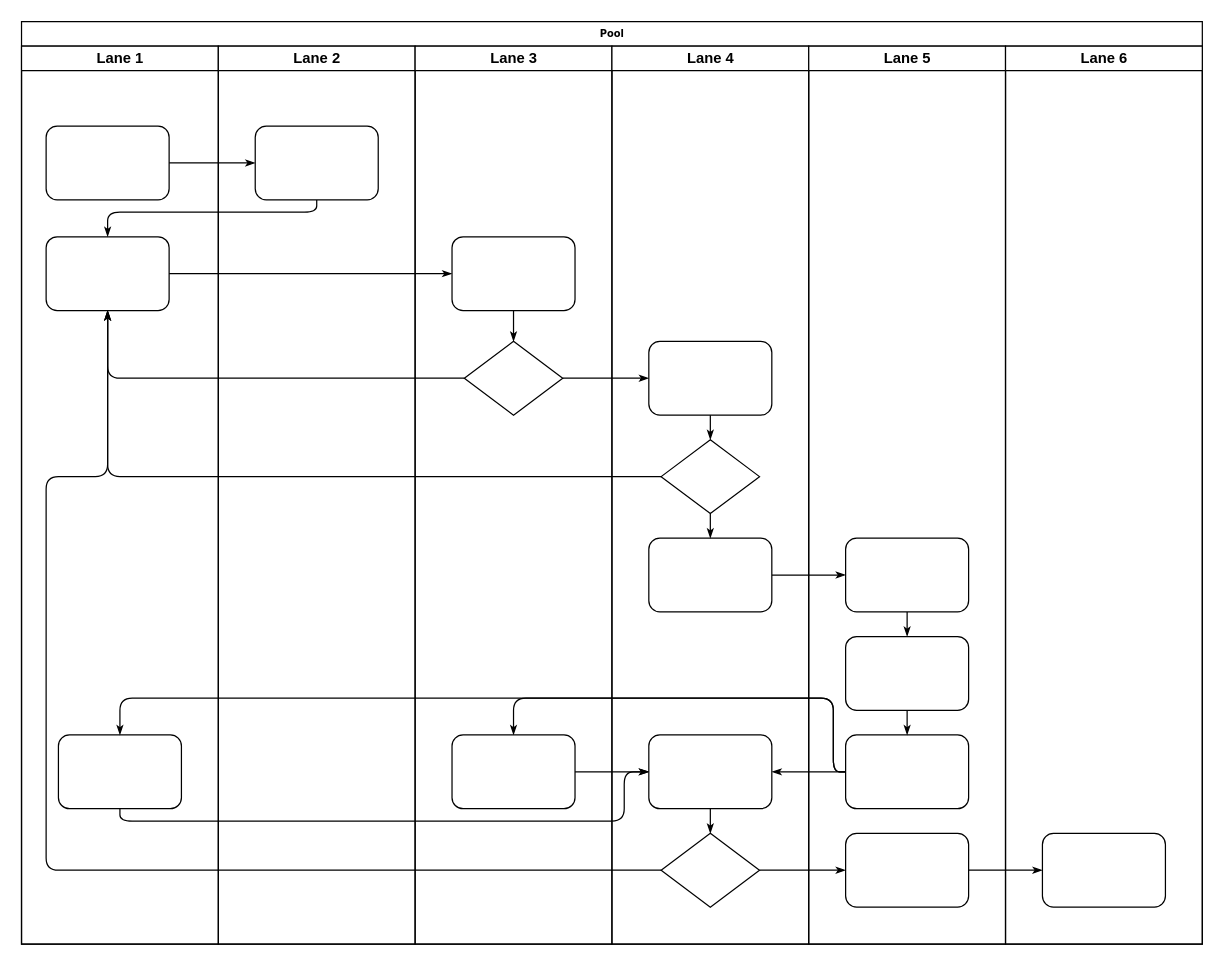
This is 未命名绘图.drawio from tanyongle/hello, a draw.io file, before an edit. Source tidied: cells renumbered, new cells numbered last; positions are measured from the earlier drawing's top-left corner, leaving out a move shared by most shapes. Both pictures are drawn from the tidied source at 123%, with x=0, y=0 at pixel (21, 21).
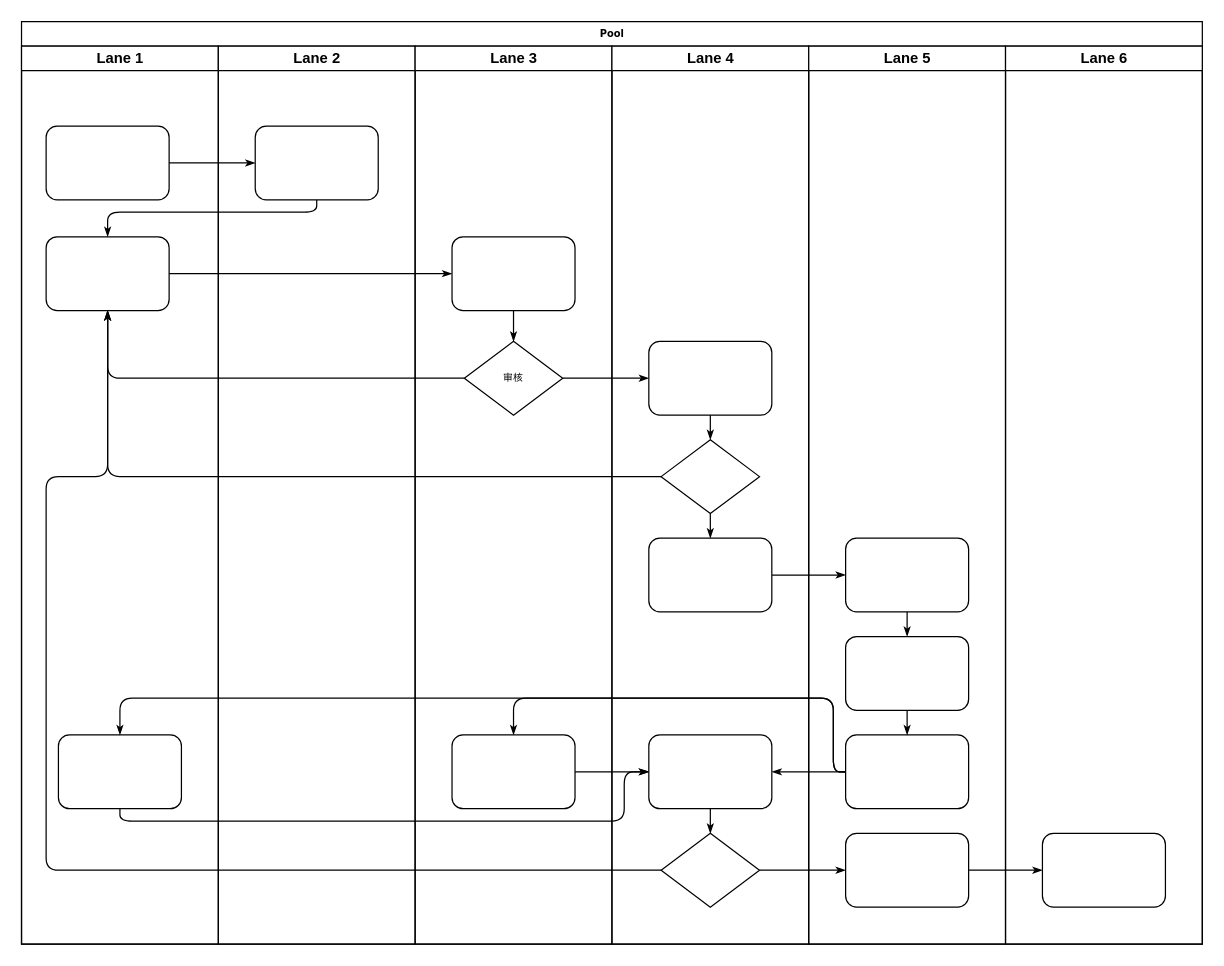
The same diagram, later.

Commit message:
更新未命名绘图.drawio

Unchanged cells that the change refers to:
```xml
<mxCell id="24" value="Lane 3" style="swimlane;html=1;startSize=20;" parent="2" vertex="1">
  <mxGeometry x="320" y="20" width="160" height="730" as="geometry" />
</mxCell>
```

What changed in the source:
```diff
@@
-    <mxCell id="26" style="rhombus;whiteSpace=wrap;html=1;rounded=0;shadow=0;labelBackgroundColor=none;strokeWidth=1;fontFamily=Verdana;fontSize=8;align=center;" parent="24" vertex="1">
+    <mxCell id="26" value="审核" style="rhombus;whiteSpace=wrap;html=1;rounded=0;shadow=0;labelBackgroundColor=none;strokeWidth=1;fontFamily=Verdana;fontSize=8;align=center;" parent="24" vertex="1">
       <mxGeometry x="40" y="240" width="80" height="60" as="geometry" />
     </mxCell>
```
